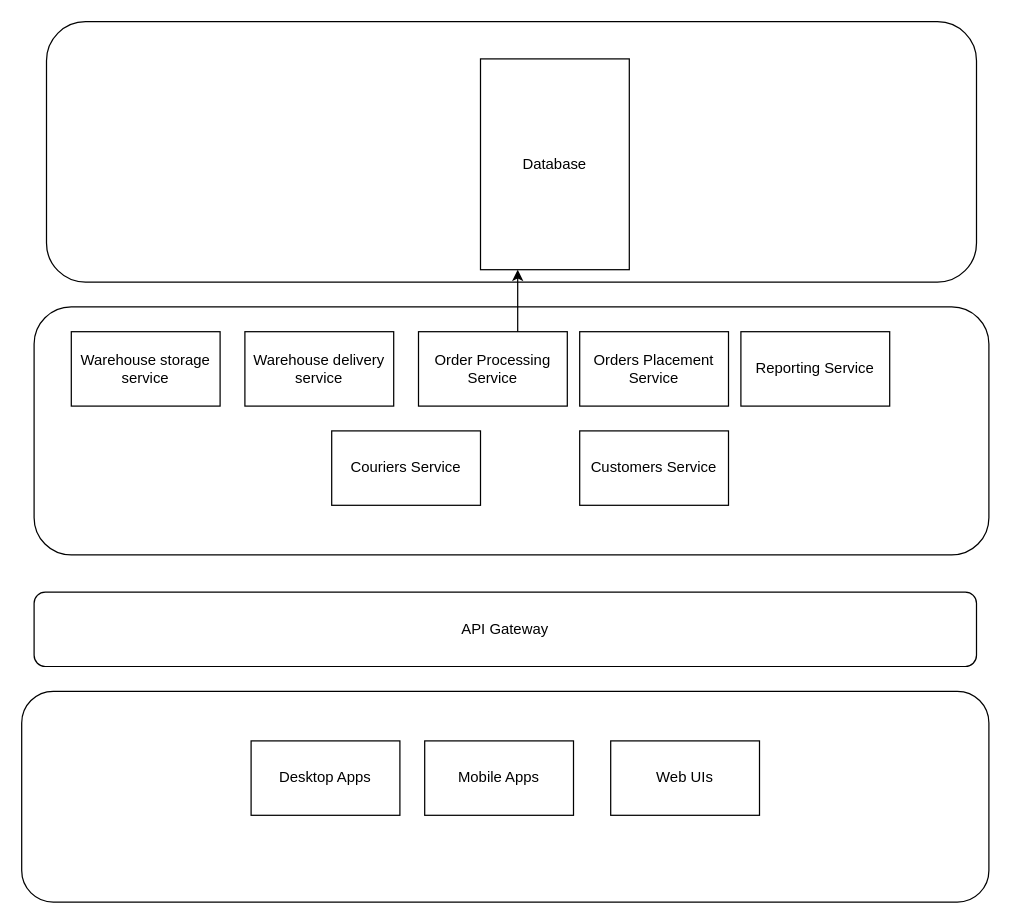
Before: Diagrams/Untitled Diagram.drawio in bakhodir1986/Architectural-Styles-and-Patterns, a draw.io diagram. Source tidied: cells renumbered, new cells numbered last; positions are measured from the earlier drawing's top-left corner, leaving out a move shared by most shapes. Both pictures are drawn from the tidied source at 124%, with x=0, y=0 at pixel (21, 21).
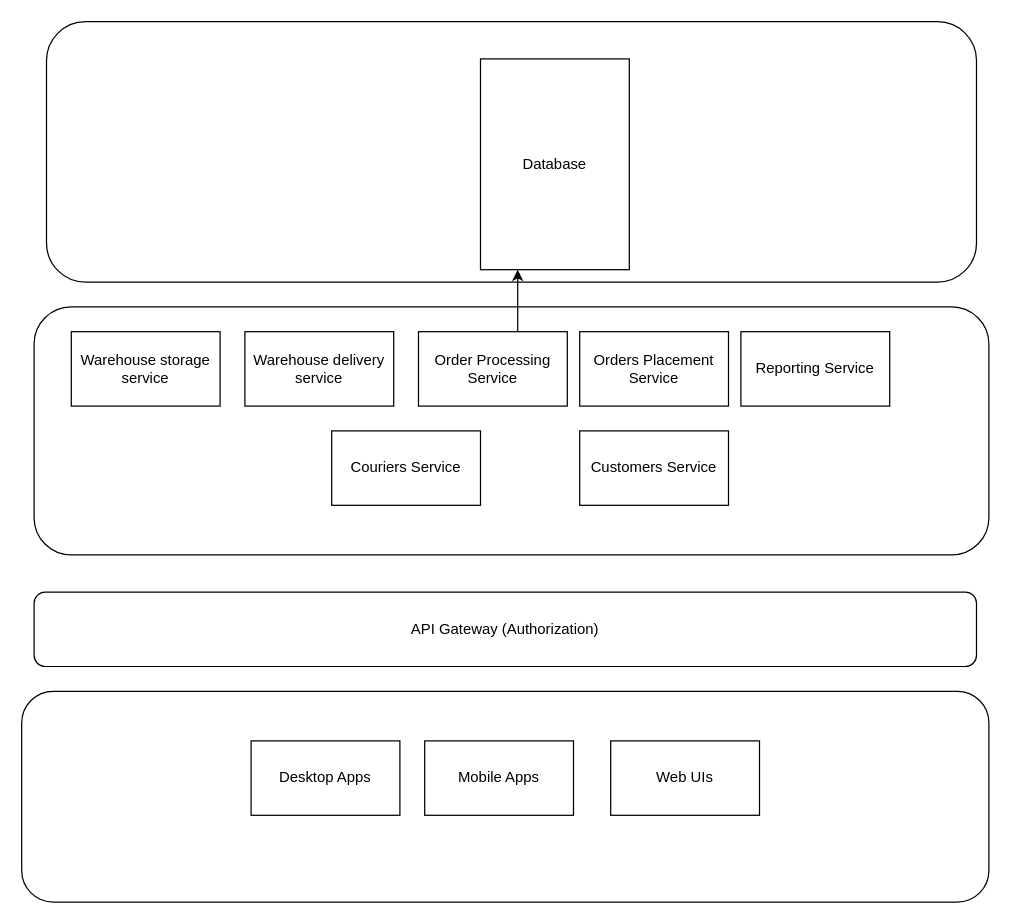
The same diagram, later.

Change to the diagram source:
```diff
@@
 <mxGraphModel>
   <root>
     <mxCell id="0" />
     <mxCell id="1" parent="0" />
     <mxCell id="2" value="Database" style="rounded=0;whiteSpace=wrap;html=1;" parent="1" vertex="1">
       <mxGeometry x="370" y="30" width="120" height="170" as="geometry" />
     </mxCell>
     <mxCell id="3" value="Warehouse storage service" style="rounded=0;whiteSpace=wrap;html=1;" parent="1" vertex="1">
       <mxGeometry x="40" y="250" width="120" height="60" as="geometry" />
     </mxCell>
     <mxCell id="4" value="Warehouse delivery service" style="rounded=0;whiteSpace=wrap;html=1;" parent="1" vertex="1">
       <mxGeometry x="180" y="250" width="120" height="60" as="geometry" />
     </mxCell>
     <mxCell id="5" value="Order Processing Service" style="rounded=0;whiteSpace=wrap;html=1;" parent="1" vertex="1">
       <mxGeometry x="320" y="250" width="120" height="60" as="geometry" />
     </mxCell>
     <mxCell id="6" value="Orders Placement Service" style="rounded=0;whiteSpace=wrap;html=1;" parent="1" vertex="1">
       <mxGeometry x="450" y="250" width="120" height="60" as="geometry" />
     </mxCell>
     <mxCell id="7" value="Reporting Service" style="rounded=0;whiteSpace=wrap;html=1;" parent="1" vertex="1">
       <mxGeometry x="580" y="250" width="120" height="60" as="geometry" />
     </mxCell>
     <mxCell id="8" value="Couriers Service" style="rounded=0;whiteSpace=wrap;html=1;" parent="1" vertex="1">
       <mxGeometry x="250" y="330" width="120" height="60" as="geometry" />
     </mxCell>
     <mxCell id="9" value="Customers Service" style="rounded=0;whiteSpace=wrap;html=1;" parent="1" vertex="1">
       <mxGeometry x="450" y="330" width="120" height="60" as="geometry" />
     </mxCell>
     <mxCell id="10" style="endArrow=classic;html=1;rounded=0;entryX=0.25;entryY=1;entryDx=0;entryDy=0;" parent="1" edge="1" target="2">
       <mxGeometry relative="1" as="geometry">
         <mxPoint x="400" y="250" as="sourcePoint" />
       </mxGeometry>
     </mxCell>
     <mxCell id="11" style="rounded=1;whiteSpace=wrap;html=1;fillColor=none;" parent="1" vertex="1">
       <mxGeometry x="10" y="230" width="770" height="200" as="geometry" />
     </mxCell>
     <mxCell id="12" style="rounded=1;whiteSpace=wrap;html=1;fillColor=none;" parent="1" vertex="1">
       <mxGeometry x="20" width="750" height="210" as="geometry" />
     </mxCell>
     <mxCell id="13" value="a" style="rounded=1;whiteSpace=wrap;html=1;fillColor=none;" parent="1" vertex="1">
       <mxGeometry y="540" width="780" height="170" as="geometry" />
     </mxCell>
     <mxCell id="14" value="Desktop Apps" style="rounded=0;whiteSpace=wrap;html=1;" parent="1" vertex="1">
       <mxGeometry x="185" y="580" width="120" height="60" as="geometry" />
     </mxCell>
     <mxCell id="15" value="Mobile Apps" style="rounded=0;whiteSpace=wrap;html=1;" parent="1" vertex="1">
       <mxGeometry x="325" y="580" width="120" height="60" as="geometry" />
     </mxCell>
     <mxCell id="16" value="Web UIs" style="rounded=0;whiteSpace=wrap;html=1;" parent="1" vertex="1">
       <mxGeometry x="475" y="580" width="120" height="60" as="geometry" />
     </mxCell>
-    <mxCell id="17" value="API Gateway" style="rounded=1;whiteSpace=wrap;html=1;" parent="1" vertex="1">
+    <mxCell id="17" value="API Gateway (Authorization)" style="rounded=1;whiteSpace=wrap;html=1;" parent="1" vertex="1">
       <mxGeometry x="10" y="460" width="760" height="60" as="geometry" />
     </mxCell>
   </root>
 </mxGraphModel>
```
